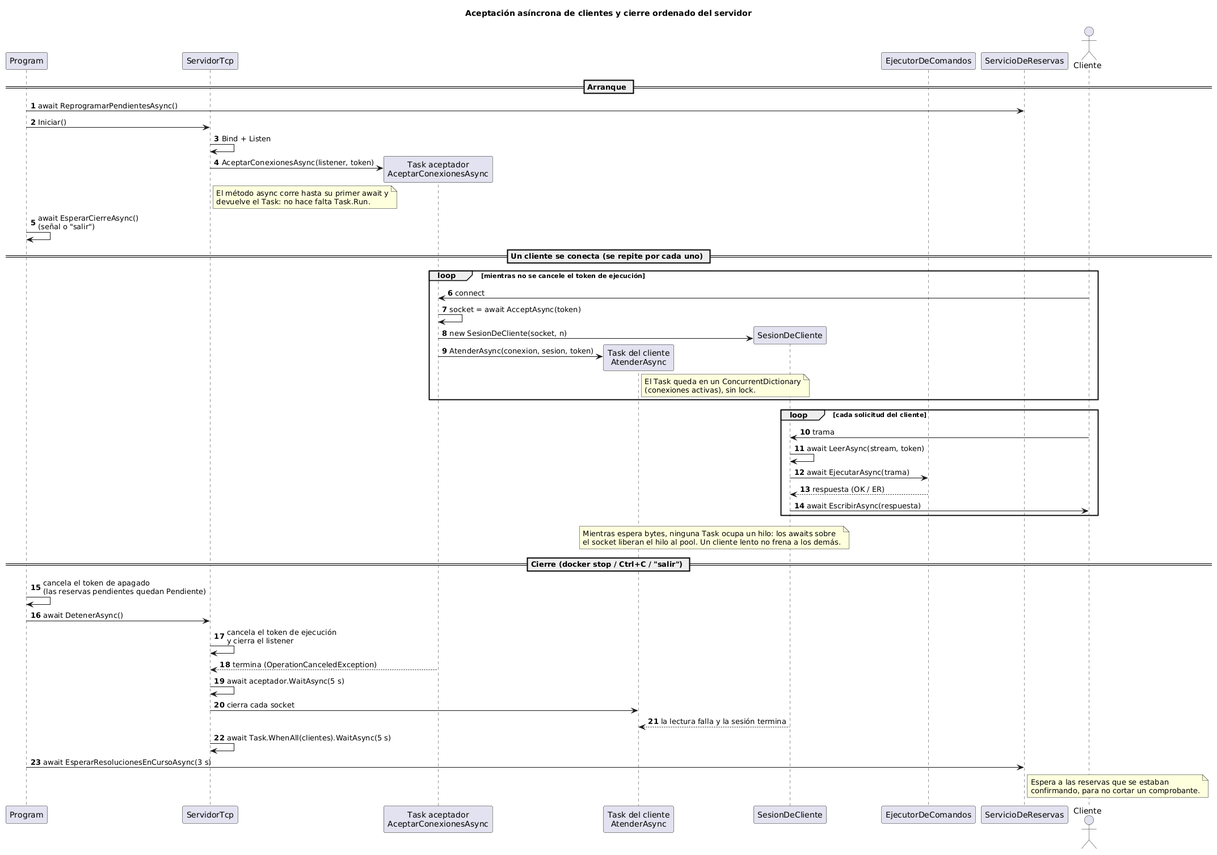
Above: docs/uml/secuencia-aceptacion.png in Seba0512/EDISON (PlantUML), before the change. Source of this version:
```plantuml
@startuml secuencia-aceptacion
title Aceptación asíncrona de clientes y cierre ordenado del servidor
skinparam shadowing false
autonumber

participant "Program" as Program
participant "ServidorTcp" as Servidor
participant "Task aceptador\nAceptarConexionesAsync" as Aceptador
participant "Task del cliente\nAtenderAsync" as Atencion
participant "SesionDeCliente" as Sesion
participant "EjecutorDeComandos" as Ejecutor
participant "ServicioDeReservas" as Reservas
actor Cliente

== Arranque ==
Program -> Reservas : await ReprogramarPendientesAsync()
Program -> Servidor : Iniciar()
Servidor -> Servidor : Bind + Listen
Servidor -> Aceptador ** : AceptarConexionesAsync(listener, token)
note right of Servidor
  El método async corre hasta su primer await y
  devuelve el Task: no hace falta Task.Run.
end note
Program -> Program : await EsperarCierreAsync()\n(señal o "salir")

== Un cliente se conecta (se repite por cada uno) ==
loop mientras no se cancele el token de ejecución
  Cliente -> Aceptador : connect
  Aceptador -> Aceptador : socket = await AcceptAsync(token)
  Aceptador -> Sesion ** : new SesionDeCliente(socket, n)
  Aceptador -> Atencion ** : AtenderAsync(conexion, sesion, token)
  note right of Atencion
    El Task queda en un ConcurrentDictionary
    (conexiones activas), sin lock.
  end note
end

loop cada solicitud del cliente
  Cliente -> Sesion : trama
  Sesion -> Sesion : await LeerAsync(stream, token)
  Sesion -> Ejecutor : await EjecutarAsync(trama)
  Ejecutor --> Sesion : respuesta (OK / ER)
  Sesion -> Cliente : await EscribirAsync(respuesta)
end
note over Atencion, Sesion
  Mientras espera bytes, ninguna Task ocupa un hilo: los awaits sobre
  el socket liberan el hilo al pool. Un cliente lento no frena a los demás.
end note

== Cierre (docker stop / Ctrl+C / "salir") ==
Program -> Program : cancela el token de apagado\n(las reservas pendientes quedan Pendiente)
Program -> Servidor : await DetenerAsync()
Servidor -> Servidor : cancela el token de ejecución\ny cierra el listener
Aceptador --> Servidor : termina (OperationCanceledException)
Servidor -> Servidor : await aceptador.WaitAsync(5 s)
Servidor -> Atencion : cierra cada socket
Sesion --> Atencion : la lectura falla y la sesión termina
Servidor -> Servidor : await Task.WhenAll(clientes).WaitAsync(5 s)
Program -> Reservas : await EsperarResolucionesEnCursoAsync(3 s)
note right of Reservas
  Espera a las reservas que se estaban
  confirmando, para no cortar un comprobante.
end note
@enduml
```
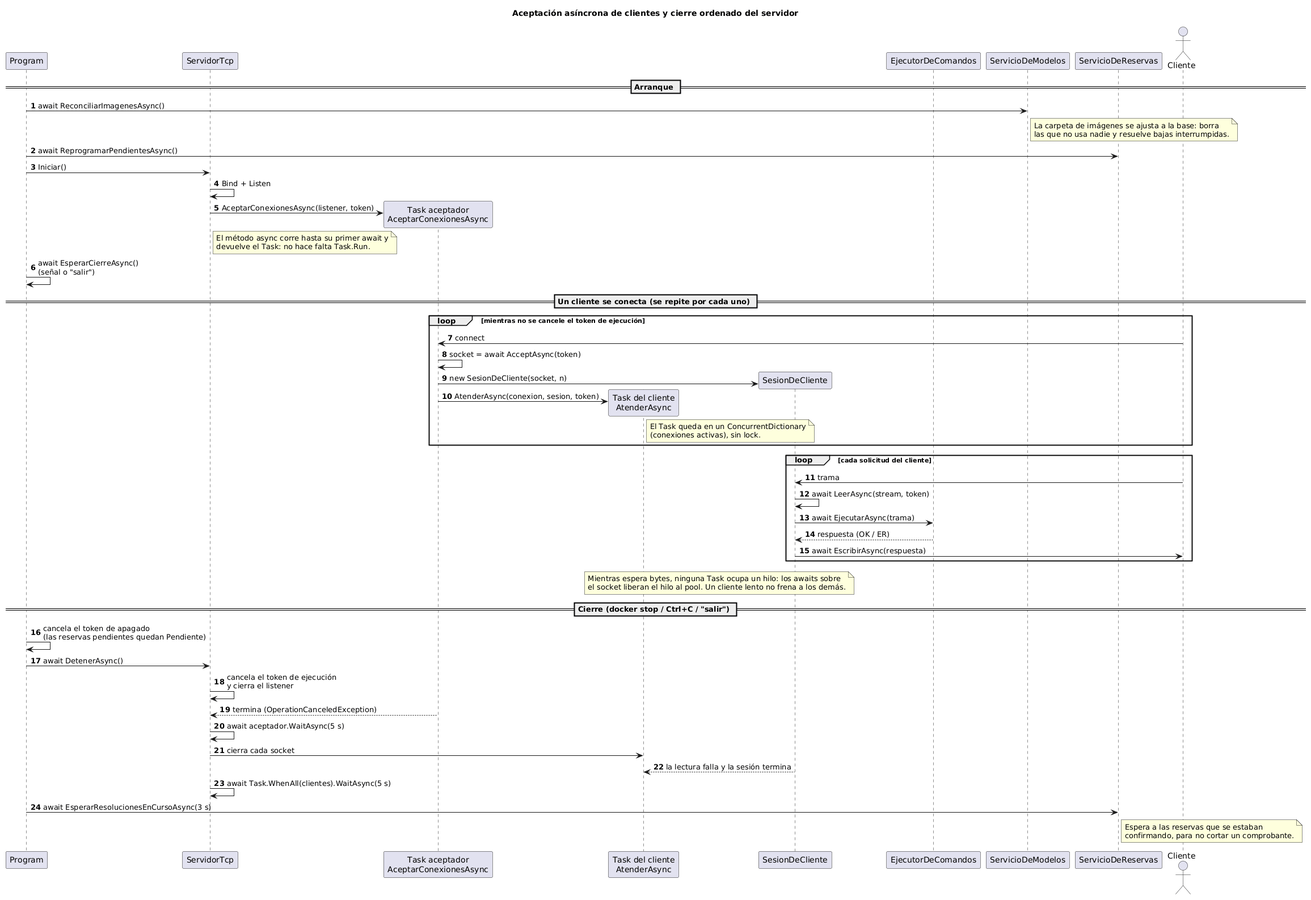
Above is the later version.

Commit message:
docs (docs/uml/): suma el puerto de imágenes y la reconciliación del arranque a los diagramas

What changed in the source:
```diff
@@ -9,10 +9,16 @@
 participant "Task del cliente\nAtenderAsync" as Atencion
 participant "SesionDeCliente" as Sesion
 participant "EjecutorDeComandos" as Ejecutor
+participant "ServicioDeModelos" as Modelos
 participant "ServicioDeReservas" as Reservas
 actor Cliente
 
 == Arranque ==
+Program -> Modelos : await ReconciliarImagenesAsync()
+note right of Modelos
+  La carpeta de imágenes se ajusta a la base: borra
+  las que no usa nadie y resuelve bajas interrumpidas.
+end note
 Program -> Reservas : await ReprogramarPendientesAsync()
 Program -> Servidor : Iniciar()
 Servidor -> Servidor : Bind + Listen
```
